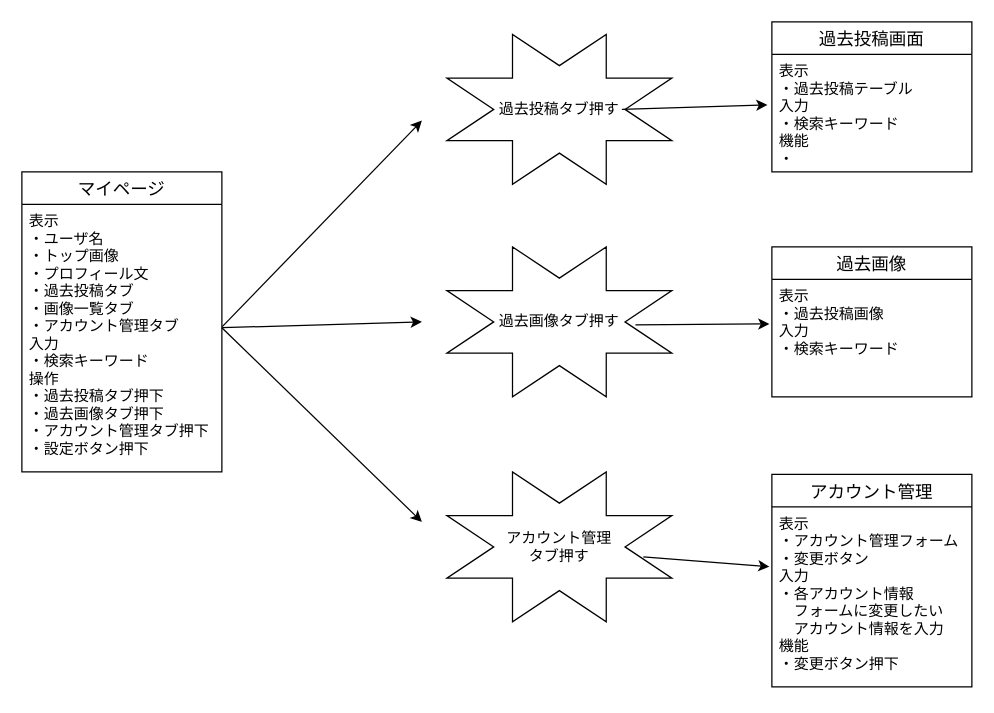
Above: 画面遷移図/マイページから各タブ（過去投稿、過去画像、アカウント管理）への遷移.drawio in Ryusei44237/sotuken (draw.io), before the change. Source tidied: cells renumbered, new cells numbered last; positions are measured from the earlier drawing's top-left corner, leaving out a move shared by most shapes. Both pictures are drawn from the tidied source at 125%, with x=0, y=0 at pixel (21, 21).
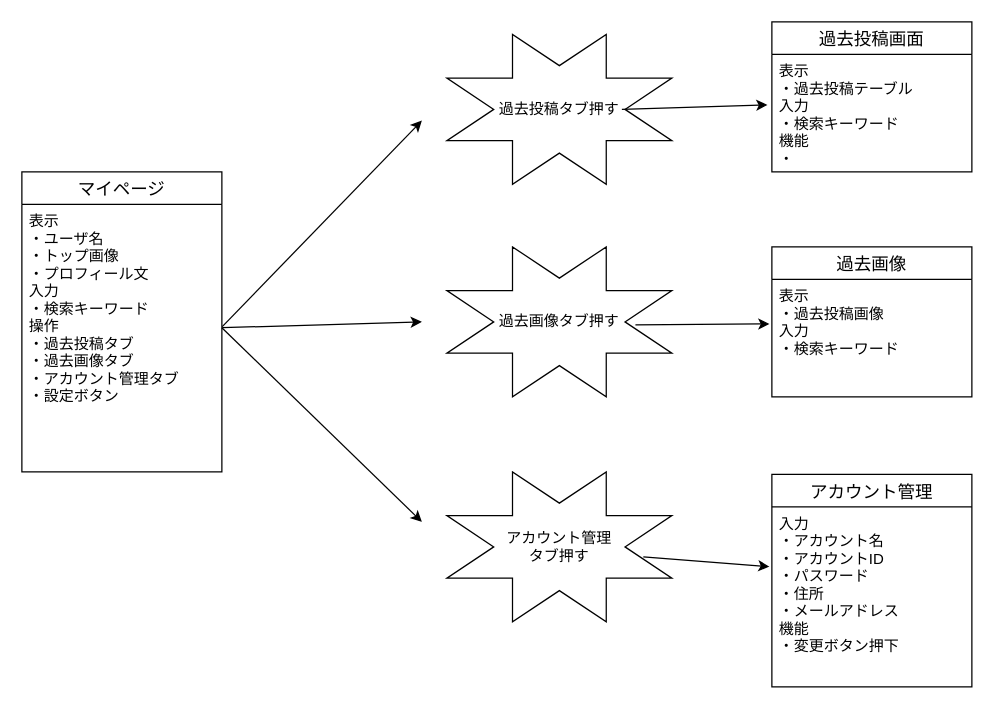
The same page after the edit.

Unchanged cells that the change refers to:
```xml
<mxCell id="3" value="マイページ" style="swimlane;fontStyle=0;horizontal=1;startSize=26;align=center;fontSize=14;" parent="1" vertex="1">
  <mxGeometry y="120" width="160" height="240" as="geometry" />
</mxCell>
<mxCell id="17" value="アカウント管理" style="swimlane;fontStyle=0;horizontal=1;startSize=26;align=center;fontSize=14;" parent="1" vertex="1">
  <mxGeometry x="600" y="362" width="160" height="170" as="geometry" />
</mxCell>
```

Diff of the diagram source:
```diff
@@
-    <mxCell id="4" value="表示&#10;・ユーザ名&#10;・トップ画像&#10;・プロフィール文&#10;・過去投稿タブ&#10;・画像一覧タブ&#10;・アカウント管理タブ&#10;入力&#10;・検索キーワード&#10;操作&#10;・過去投稿タブ押下&#10;・過去画像タブ押下&#10;・アカウント管理タブ押下&#10;・設定ボタン押下" style="text;strokeColor=none;fillColor=none;spacingLeft=4;spacingRight=4;overflow=hidden;points=[[0,0.5],[1,0.5]];portConstraint=eastwest;fontSize=12;" parent="3" vertex="1">
+    <mxCell id="4" value="表示&#10;・ユーザ名&#10;・トップ画像&#10;・プロフィール文&#10;入力&#10;・検索キーワード&#10;操作&#10;・過去投稿タブ&#10;・過去画像タブ&#10;・アカウント管理タブ&#10;・設定ボタン" style="text;strokeColor=none;fillColor=none;spacingLeft=4;spacingRight=4;overflow=hidden;points=[[0,0.5],[1,0.5]];portConstraint=eastwest;fontSize=12;" parent="3" vertex="1">
       <mxGeometry y="26" width="160" height="214" as="geometry" />
     </mxCell>
@@
-    <mxCell id="18" value="表示&#10;・アカウント管理フォーム&#10;・変更ボタン&#10;入力&#10;・各アカウント情報&#10;　フォームに変更したい&#10;　アカウント情報を入力&#10;機能&#10;・変更ボタン押下" style="text;strokeColor=none;fillColor=none;spacingLeft=4;spacingRight=4;overflow=hidden;points=[[0,0.5],[1,0.5]];portConstraint=eastwest;fontSize=12;" parent="17" vertex="1">
+    <mxCell id="18" value="入力&#10;・アカウント名&#10;・アカウントID&#10;・パスワード&#10;・住所&#10;・メールアドレス&#10;機能&#10;・変更ボタン押下" style="text;strokeColor=none;fillColor=none;spacingLeft=4;spacingRight=4;overflow=hidden;points=[[0,0.5],[1,0.5]];portConstraint=eastwest;fontSize=12;" parent="17" vertex="1">
       <mxGeometry y="26" width="160" height="144" as="geometry" />
     </mxCell>
```
